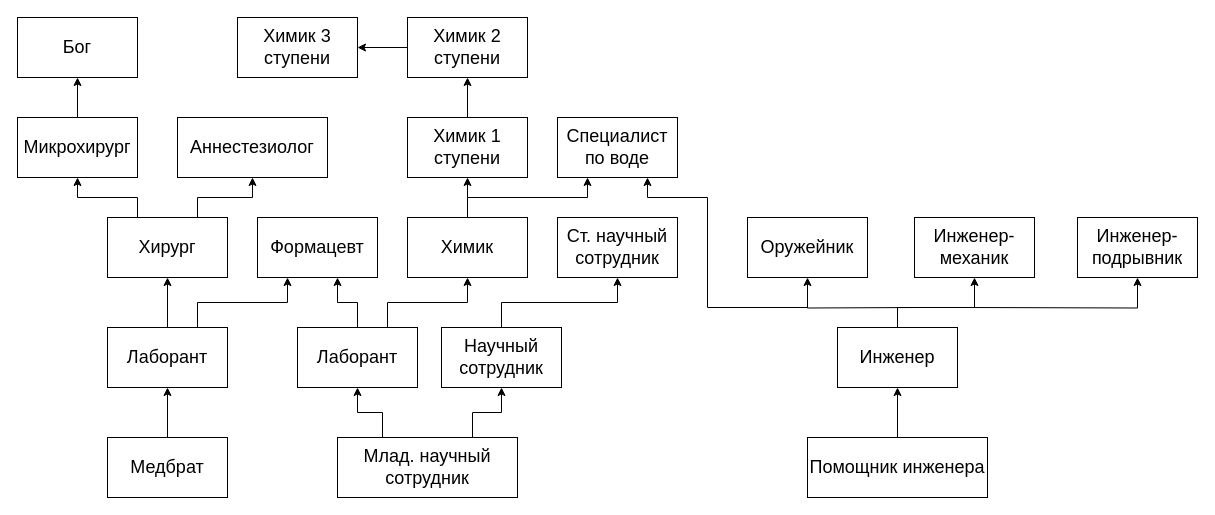
bagrusss/Strike-game-congurations keeps this draw.io diagram as Metro/Metro_spec.drawio. Above is the earlier version. Source tidied: cells renumbered, new cells numbered last; positions are measured from the earlier drawing's top-left corner, leaving out a move shared by most shapes. Both pictures are drawn from the tidied source at 100%, with x=0, y=0 at pixel (17, 17).
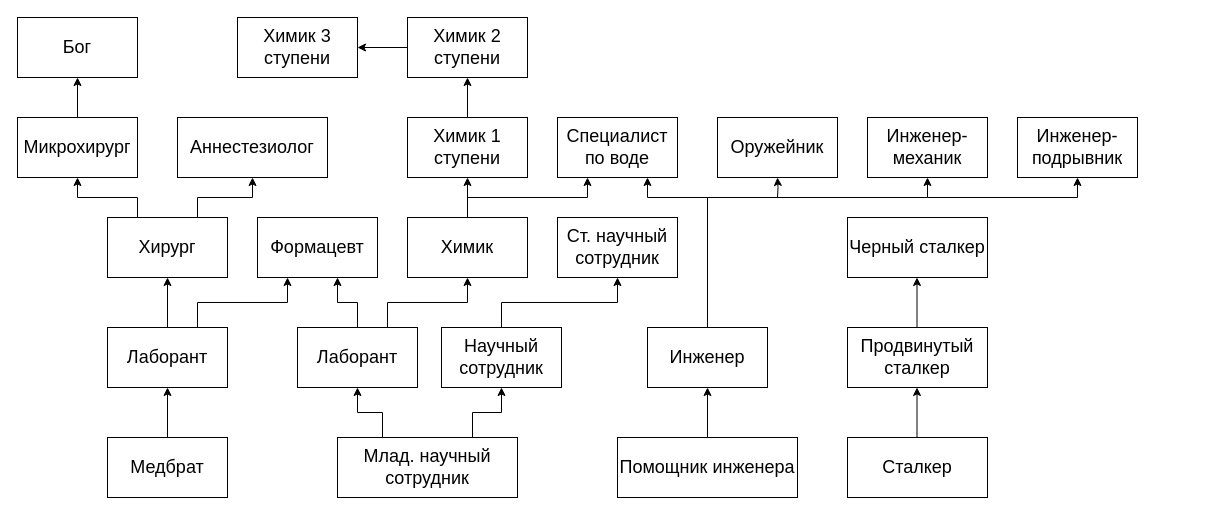
After the change.

The change refers to these unchanged cells:
```xml
<mxCell id="24" value="&lt;font style=&quot;font-size: 18px&quot;&gt;Специалист по воде&lt;/font&gt;" style="rounded=0;whiteSpace=wrap;html=1;" parent="1" vertex="1">
  <mxGeometry x="540" y="100" width="120" height="60" as="geometry" />
</mxCell>
```

Diff of the diagram source:
```diff
@@
     <mxCell id="4" value="&lt;font style=&quot;font-size: 18px&quot;&gt;Помощник инженера&lt;/font&gt;" style="rounded=0;whiteSpace=wrap;html=1;" parent="1" vertex="1">
-      <mxGeometry x="790" y="420" width="180" height="60" as="geometry" />
+      <mxGeometry x="600" y="420" width="180" height="60" as="geometry" />
     </mxCell>
@@
     <mxCell id="9" value="&lt;font style=&quot;font-size: 18px&quot;&gt;Инженер&lt;/font&gt;" style="rounded=0;whiteSpace=wrap;html=1;" parent="1" vertex="1">
-      <mxGeometry x="820" y="310" width="120" height="60" as="geometry" />
+      <mxGeometry x="630" y="310" width="120" height="60" as="geometry" />
     </mxCell>
@@
     <mxCell id="22" value="&lt;font style=&quot;font-size: 18px&quot;&gt;Инженер-подрывник&lt;/font&gt;" style="rounded=0;whiteSpace=wrap;html=1;" parent="1" vertex="1">
-      <mxGeometry x="1060" y="200" width="120" height="60" as="geometry" />
+      <mxGeometry x="1000" y="100" width="120" height="60" as="geometry" />
     </mxCell>
     <mxCell id="23" value="&lt;font style=&quot;font-size: 18px&quot;&gt;Инженер-механик&lt;/font&gt;" style="rounded=0;whiteSpace=wrap;html=1;" parent="1" vertex="1">
-      <mxGeometry x="897" y="200" width="120" height="60" as="geometry" />
+      <mxGeometry x="850" y="100" width="120" height="60" as="geometry" />
     </mxCell>
@@
     <mxCell id="25" value="&lt;font style=&quot;font-size: 18px&quot;&gt;Оружейник&lt;/font&gt;" style="rounded=0;whiteSpace=wrap;html=1;" parent="1" vertex="1">
-      <mxGeometry x="730" y="200" width="120" height="60" as="geometry" />
+      <mxGeometry x="700" y="100" width="120" height="60" as="geometry" />
     </mxCell>
     <mxCell id="26" style="endArrow=classic;html=1;entryX=0.5;entryY=1;entryDx=0;entryDy=0;edgeStyle=orthogonalEdgeStyle;rounded=0;" parent="1" edge="1" target="25">
       <mxGeometry relative="1" as="geometry">
-        <mxPoint x="900" y="290" as="sourcePoint" />
+        <mxPoint x="760" y="180" as="sourcePoint" />
       </mxGeometry>
     </mxCell>
     <mxCell id="27" style="endArrow=classic;html=1;exitX=0.5;exitY=0;exitDx=0;exitDy=0;entryX=0.5;entryY=1;entryDx=0;entryDy=0;edgeStyle=orthogonalEdgeStyle;rounded=0;" parent="1" edge="1" source="9" target="23">
       <mxGeometry relative="1" as="geometry">
         <Array as="points">
-          <mxPoint x="880" y="290" />
-          <mxPoint x="957" y="290" />
+          <mxPoint x="690" y="180" />
+          <mxPoint x="910" y="180" />
         </Array>
       </mxGeometry>
     </mxCell>
     <mxCell id="28" style="endArrow=classic;html=1;entryX=0.5;entryY=1;entryDx=0;entryDy=0;edgeStyle=orthogonalEdgeStyle;rounded=0;" parent="1" edge="1" target="22">
       <mxGeometry relative="1" as="geometry">
-        <mxPoint x="950" y="290" as="sourcePoint" />
+        <mxPoint x="910" y="180" as="sourcePoint" />
+        <Array as="points">
+          <mxPoint x="910" y="180" />
+          <mxPoint x="1060" y="180" />
+        </Array>
       </mxGeometry>
     </mxCell>
     <mxCell id="29" style="endArrow=classic;html=1;entryX=0.75;entryY=1;entryDx=0;entryDy=0;edgeStyle=orthogonalEdgeStyle;rounded=0;" parent="1" edge="1" target="24">
       <mxGeometry relative="1" as="geometry">
-        <mxPoint x="790" y="290" as="sourcePoint" />
+        <mxPoint x="690" y="180" as="sourcePoint" />
         <Array as="points">
-          <mxPoint x="690" y="290" />
-          <mxPoint x="690" y="180" />
+          <mxPoint x="790" y="180" />
           <mxPoint x="630" y="180" />
         </Array>
       </mxGeometry>
     </mxCell>
@@
+    <mxCell id="43" value="&lt;span style=&quot;font-size: 18px&quot;&gt;Сталкер&lt;/span&gt;" style="rounded=0;whiteSpace=wrap;html=1;" parent="1" vertex="1">
+      <mxGeometry x="830" y="420" width="140" height="60" as="geometry" />
+    </mxCell>
+    <mxCell id="44" value="&lt;span style=&quot;font-size: 18px&quot;&gt;Продвинутый сталкер&lt;/span&gt;" style="rounded=0;whiteSpace=wrap;html=1;" parent="1" vertex="1">
+      <mxGeometry x="830" y="310" width="140" height="60" as="geometry" />
+    </mxCell>
+    <mxCell id="45" style="endArrow=classic;html=1;exitX=0.5;exitY=0;exitDx=0;exitDy=0;entryX=0.5;entryY=1;entryDx=0;entryDy=0;" parent="1" edge="1">
+      <mxGeometry relative="1" as="geometry">
+        <mxPoint x="899.5" y="420" as="sourcePoint" />
+        <mxPoint x="899.5" y="370" as="targetPoint" />
+      </mxGeometry>
+    </mxCell>
+    <mxCell id="46" value="&lt;span style=&quot;font-size: 18px&quot;&gt;Черный сталкер&lt;/span&gt;" style="rounded=0;whiteSpace=wrap;html=1;" parent="1" vertex="1">
+      <mxGeometry x="830" y="200" width="140" height="60" as="geometry" />
+    </mxCell>
+    <mxCell id="47" style="endArrow=classic;html=1;exitX=0.5;exitY=0;exitDx=0;exitDy=0;entryX=0.5;entryY=1;entryDx=0;entryDy=0;" parent="1" edge="1">
+      <mxGeometry relative="1" as="geometry">
+        <mxPoint x="899.5" y="310" as="sourcePoint" />
+        <mxPoint x="899.5" y="260" as="targetPoint" />
+      </mxGeometry>
+    </mxCell>
```
